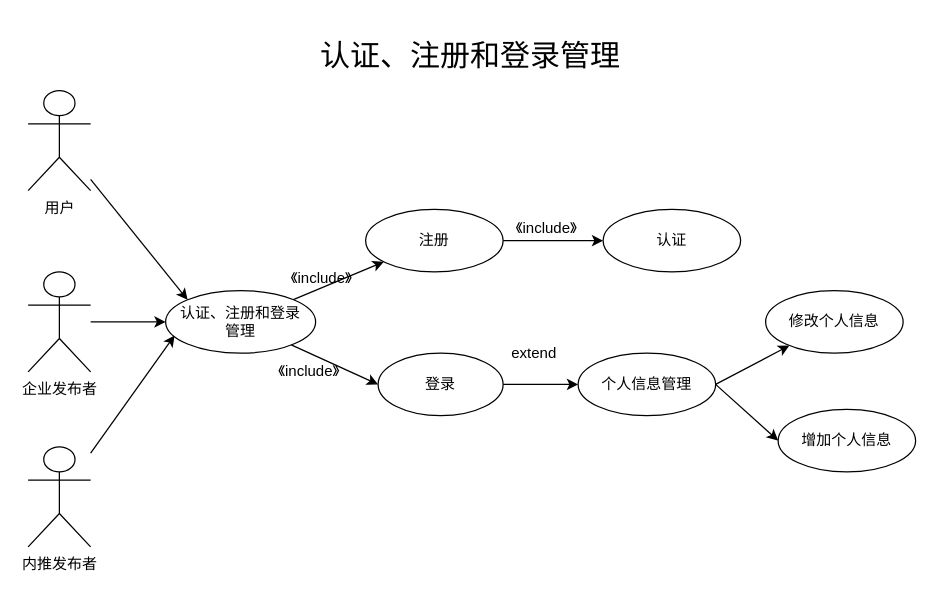
Earlier version of the draw.io diagram login_register.drawio (JohnnyLin12/GJR_BBS). Source tidied: cells renumbered, new cells numbered last; positions are measured from the earlier drawing's top-left corner, leaving out a move shared by most shapes. Both pictures are drawn from the tidied source at 125%, with x=0, y=0 at pixel (28, 21).
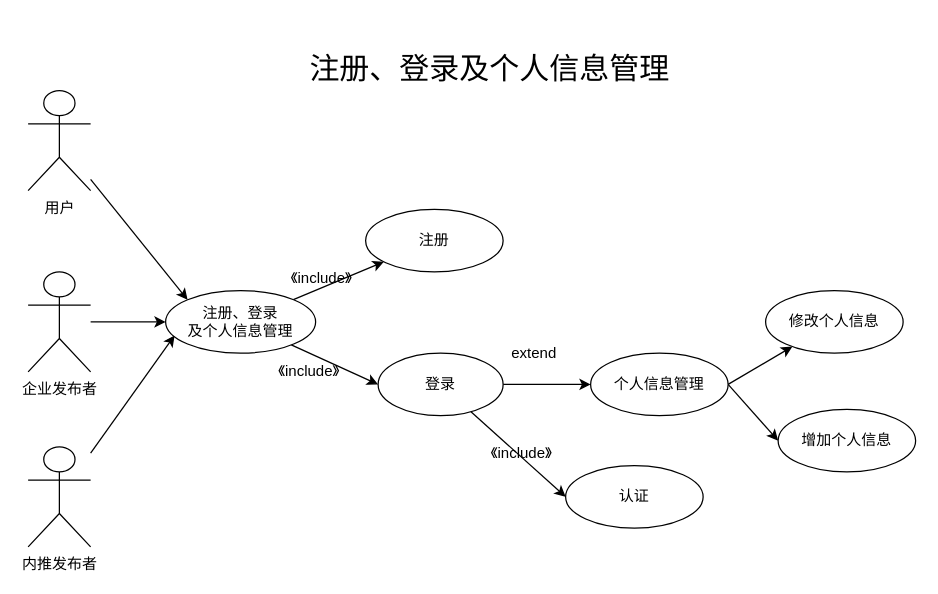
The same page after the edit.

The change refers to these unchanged cells:
```xml
<mxCell id="12" value="注册" style="ellipse;whiteSpace=wrap;html=1;" parent="1" vertex="1">
  <mxGeometry x="270" y="150" width="110" height="50" as="geometry" />
</mxCell>
<mxCell id="14" value="登录" style="ellipse;whiteSpace=wrap;html=1;" parent="1" vertex="1">
  <mxGeometry x="280" y="265" width="100" height="50" as="geometry" />
</mxCell>
```

Change to the diagram source:
```diff
@@
-    <mxCell id="9" value="认证、注册和登录&lt;br&gt;管理" style="ellipse;whiteSpace=wrap;html=1;" parent="1" vertex="1">
+    <mxCell id="9" value="注册、登录&lt;br&gt;及个人信息管理" style="ellipse;whiteSpace=wrap;html=1;" parent="1" vertex="1">
       <mxGeometry x="110" y="215" width="120" height="50" as="geometry" />
     </mxCell>
@@
-    <mxCell id="11" style="edgeStyle=none;rounded=0;jettySize=auto;html=1;" parent="1" edge="1" source="12" target="21">
-      <mxGeometry relative="1" as="geometry" />
-    </mxCell>
@@
+    <mxCell id="26" style="edgeStyle=none;rounded=0;jettySize=auto;html=1;entryX=0;entryY=0.5;entryDx=0;entryDy=0;" parent="1" edge="1" source="14" target="21">
+      <mxGeometry relative="1" as="geometry" />
+    </mxCell>
@@
     <mxCell id="16" value="个人信息管理" style="ellipse;whiteSpace=wrap;html=1;" parent="1" vertex="1">
-      <mxGeometry x="440" y="265" width="110" height="50" as="geometry" />
+      <mxGeometry x="450" y="265" width="110" height="50" as="geometry" />
     </mxCell>
@@
-    <mxCell id="21" value="认证" style="ellipse;whiteSpace=wrap;html=1;" parent="1" vertex="1">
-      <mxGeometry x="460" y="150" width="110" height="50" as="geometry" />
-    </mxCell>
-    <mxCell id="22" value="《include》" style="text;html=1;strokeColor=none;fillColor=none;align=center;verticalAlign=middle;whiteSpace=wrap;rounded=0;" parent="1" vertex="1">
-      <mxGeometry x="380" y="150" width="70" height="30" as="geometry" />
-    </mxCell>
@@
-    <mxCell id="25" value="&lt;font style=&quot;font-size: 24px&quot;&gt;认证、注册和登录管理&lt;/font&gt;" style="text;html=1;strokeColor=none;fillColor=none;align=center;verticalAlign=middle;whiteSpace=wrap;rounded=0;" parent="1" vertex="1">
-      <mxGeometry x="219" width="270" height="55" as="geometry" />
+    <mxCell id="25" value="&lt;font style=&quot;font-size: 24px&quot;&gt;注册、登录及个人信息管理&lt;/font&gt;" style="text;html=1;strokeColor=none;fillColor=none;align=center;verticalAlign=middle;whiteSpace=wrap;rounded=0;" parent="1" vertex="1">
+      <mxGeometry x="199" y="10" width="341" height="55" as="geometry" />
     </mxCell>
+    <mxCell id="21" value="认证" style="ellipse;whiteSpace=wrap;html=1;" parent="1" vertex="1">
+      <mxGeometry x="430" y="355" width="110" height="50" as="geometry" />
+    </mxCell>
+    <mxCell id="22" value="《include》" style="text;html=1;strokeColor=none;fillColor=none;align=center;verticalAlign=middle;whiteSpace=wrap;rounded=0;" parent="1" vertex="1">
+      <mxGeometry x="360" y="330" width="70" height="30" as="geometry" />
+    </mxCell>
```
